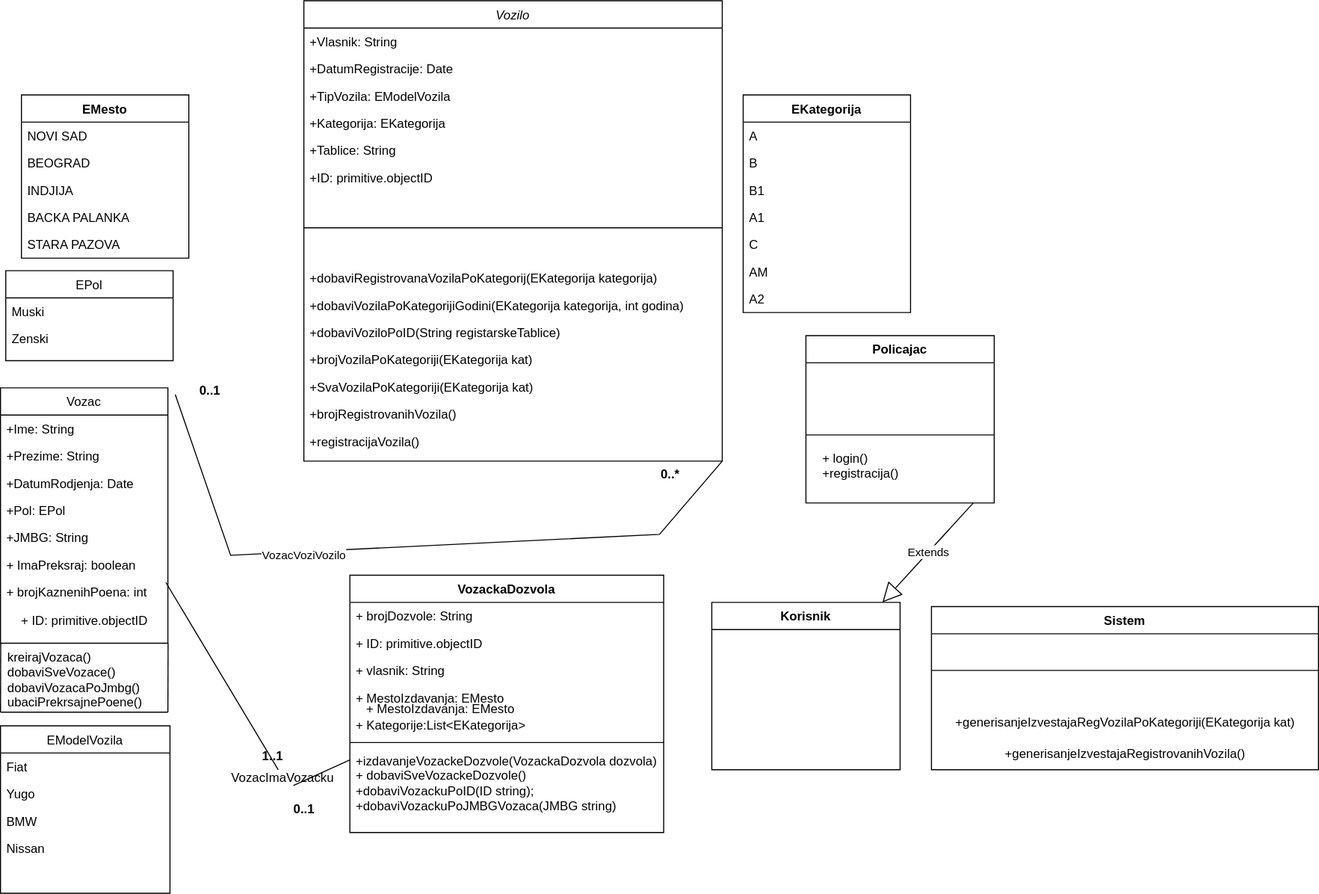
This is Diagrams/MupVozila_ClassDiagram.svg from anna02272/EGovernment, a draw.io export, as it was before one commit. Source tidied: cells renumbered, new cells last; positions are measured from the earlier drawing's top-left corner, leaving out a move shared by most shapes.
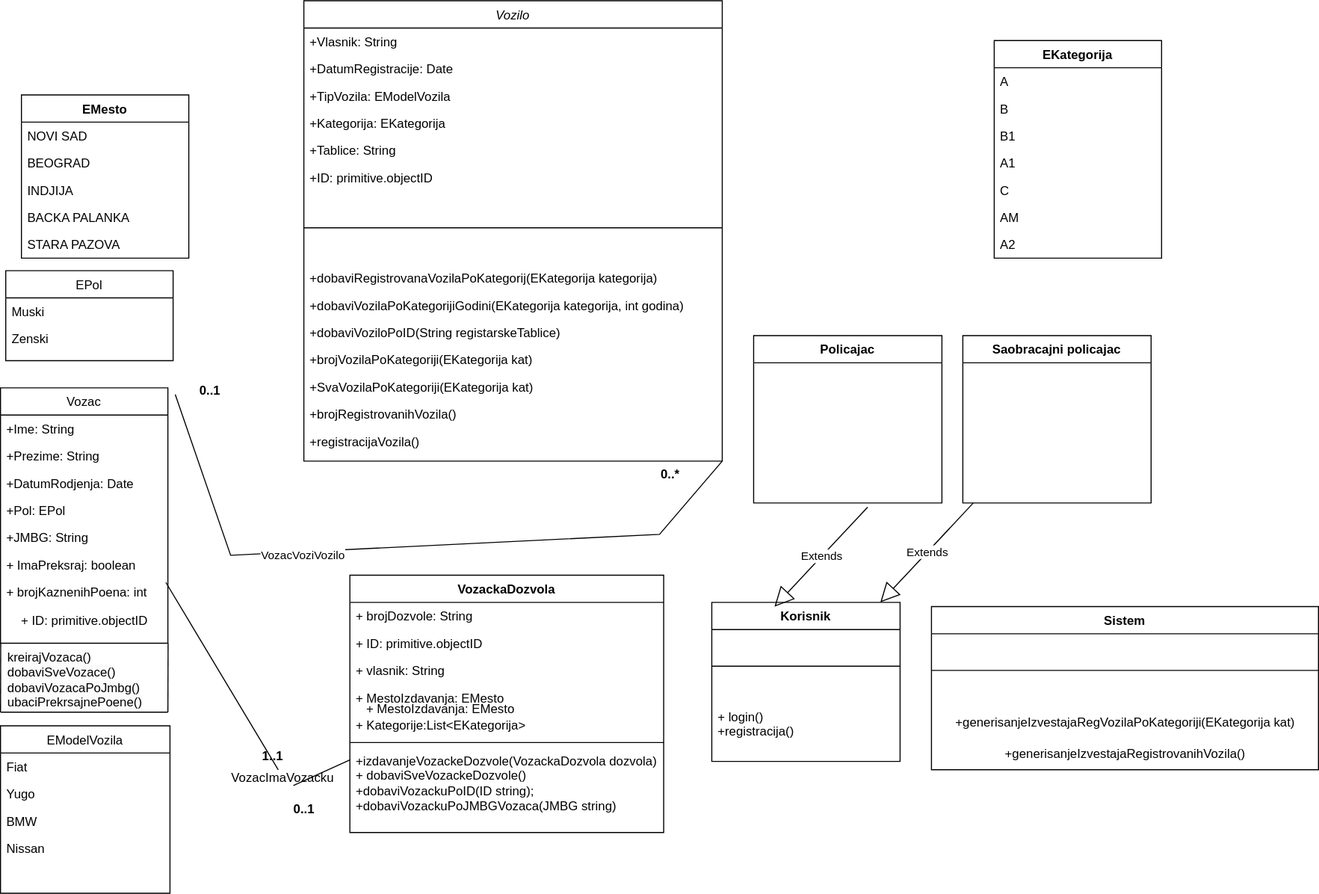
Later version of the same file.

What changed in the source:
```diff
@@ -157,7 +157,7 @@
       <mxGeometry relative="1" as="geometry" />
     </mxCell>
     <mxCell id="51" value="EKategorija" style="swimlane;fontStyle=1;align=center;verticalAlign=top;horizontal=1;startSize=26;whiteSpace=wrap;html=1;" parent="1" vertex="1">
-      <mxGeometry x="710" y="90" width="160" height="208" as="geometry" />
+      <mxGeometry x="950" y="38" width="160" height="208" as="geometry" />
     </mxCell>
     <mxCell id="52" value="A" style="text;strokeColor=none;fillColor=none;align=left;verticalAlign=top;spacingLeft=4;spacingRight=4;overflow=hidden;whiteSpace=wrap;html=1;" parent="51" vertex="1">
       <mxGeometry y="26" width="160" height="26" as="geometry" />
@@ -220,22 +220,22 @@
       </mxGeometry>
     </mxCell>
     <mxCell id="69" value="Policajac" style="swimlane;fontStyle=1;align=center;verticalAlign=top;horizontal=1;startSize=26;whiteSpace=wrap;html=1;" parent="1" vertex="1">
-      <mxGeometry x="770" y="320" width="180" height="160" as="geometry" />
+      <mxGeometry x="720" y="320" width="180" height="160" as="geometry" />
     </mxCell>
     <mxCell id="70" value="Korisnik" style="swimlane;fontStyle=1;align=center;verticalAlign=top;horizontal=1;startSize=26;whiteSpace=wrap;html=1;" parent="1" vertex="1">
-      <mxGeometry x="680" y="575" width="180" height="160" as="geometry" />
+      <mxGeometry x="680" y="575" width="180" height="152" as="geometry" />
     </mxCell>
-    <mxCell id="71" value="Extends" style="endArrow=block;endSize=16;endFill=0;html=1;rounded=0;" parent="1" edge="1" target="70">
-      <mxGeometry relative="1" as="geometry">
-        <mxPoint x="930" y="480" as="sourcePoint" />
-      </mxGeometry>
-    </mxCell>
-    <mxCell id="72" style="line;html=1;strokeWidth=1;align=left;verticalAlign=middle;spacingTop=-1;spacingLeft=3;spacingRight=3;labelPosition=right;" parent="1" vertex="1">
-      <mxGeometry x="770" y="380" width="180" height="70" as="geometry" />
+    <mxCell id="72" style="line;html=1;strokeWidth=1;align=left;verticalAlign=middle;spacingTop=-1;spacingLeft=3;spacingRight=3;labelPosition=right;" parent="70" vertex="1">
+      <mxGeometry y="26" width="180" height="70" as="geometry" />
     </mxCell>
-    <mxCell id="73" value="+ login()&#10;+registracija()" style="text;align=left;verticalAlign=top;spacingLeft=4;spacingRight=4;overflow=hidden;" parent="1" vertex="1">
-      <mxGeometry x="780" y="424" width="410" height="56" as="geometry" />
+    <mxCell id="73" value="+ login()&#10;+registracija()" style="text;align=left;verticalAlign=top;spacingLeft=4;spacingRight=4;overflow=hidden;" parent="70" vertex="1">
+      <mxGeometry y="96" width="180" height="56" as="geometry" />
     </mxCell>
+    <mxCell id="71" value="Extends" style="endArrow=block;endSize=16;endFill=0;html=1;rounded=0;" parent="1" edge="1" target="70">
+      <mxGeometry relative="1" as="geometry">
+        <mxPoint x="930" y="480" as="sourcePoint" />
+      </mxGeometry>
+    </mxCell>
     <mxCell id="74" value="Sistem" style="swimlane;fontStyle=1;align=center;verticalAlign=top;horizontal=1;startSize=26;whiteSpace=wrap;html=1;" parent="1" vertex="1">
       <mxGeometry x="890" y="579" width="370" height="156" as="geometry" />
     </mxCell>
@@ -251,5 +251,14 @@
     <mxCell id="78" value="+ MestoIzdavanja: EMesto" style="text;strokeColor=none;fillColor=none;align=left;verticalAlign=top;spacingLeft=4;spacingRight=4;overflow=hidden;whiteSpace=wrap;html=1;" parent="1" vertex="1">
       <mxGeometry x="344" y="663" width="300" height="26" as="geometry" />
     </mxCell>
+    <mxCell id="79" value="Saobracajni policajac" style="swimlane;fontStyle=1;align=center;verticalAlign=top;horizontal=1;startSize=26;whiteSpace=wrap;html=1;" parent="1" vertex="1">
+      <mxGeometry x="920" y="320" width="180" height="160" as="geometry" />
+    </mxCell>
+    <mxCell id="80" value="Extends" style="endArrow=block;endSize=16;endFill=0;html=1;rounded=0;" parent="1" edge="1">
+      <mxGeometry relative="1" as="geometry">
+        <mxPoint x="829" y="484" as="sourcePoint" />
+        <mxPoint x="740" y="579" as="targetPoint" />
+      </mxGeometry>
+    </mxCell>
   </root>
 </mxGraphModel>
```
